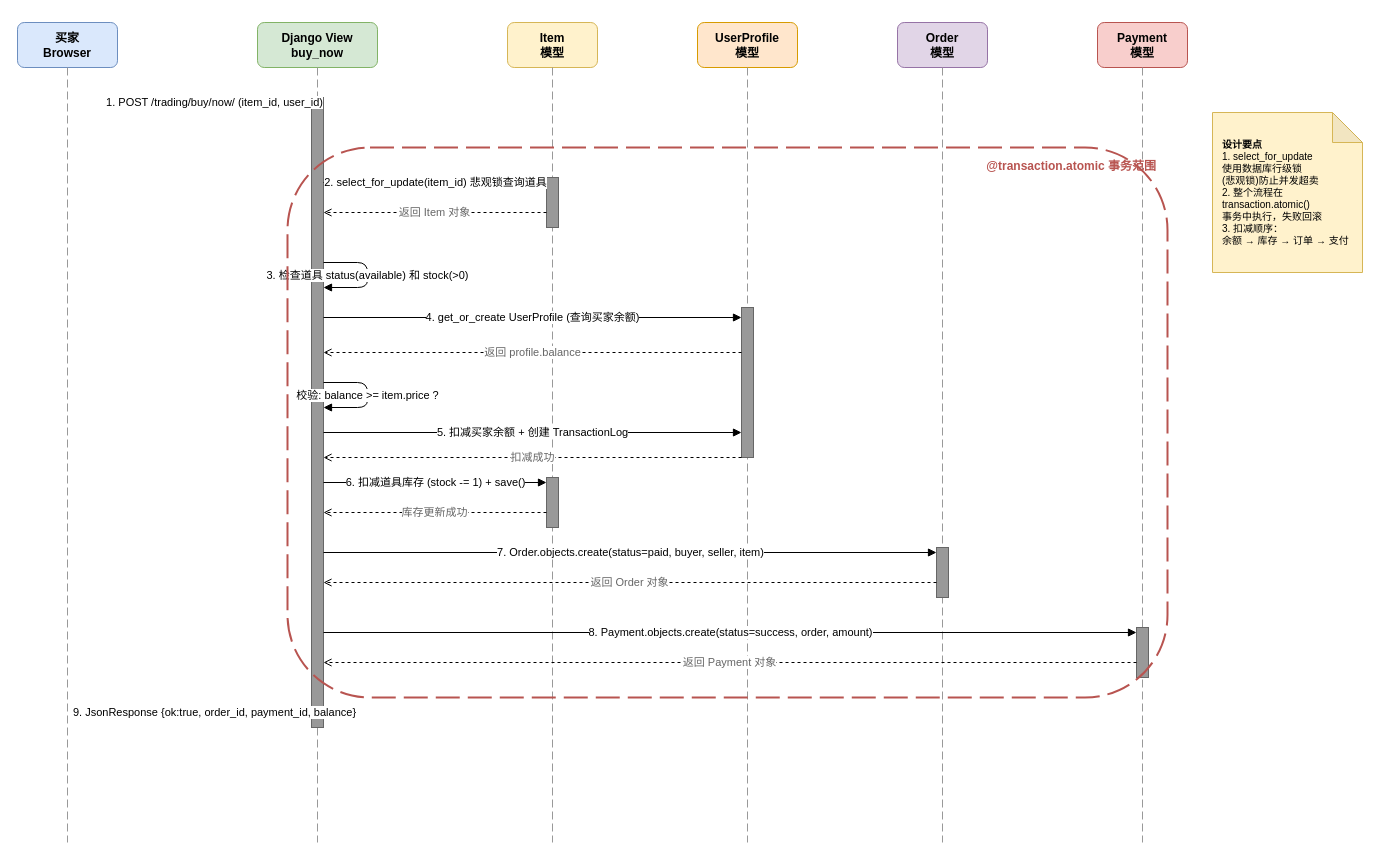
Before: 课设汇报/diagrams/sequence_purchase.drawio in user-gpx/GameTrade, a draw.io diagram. Source tidied: cells renumbered, new cells numbered last; positions are measured from the earlier drawing's top-left corner, leaving out a move shared by most shapes. Both pictures are drawn from the tidied source at 100%, with x=0, y=0 at pixel (17, 22).
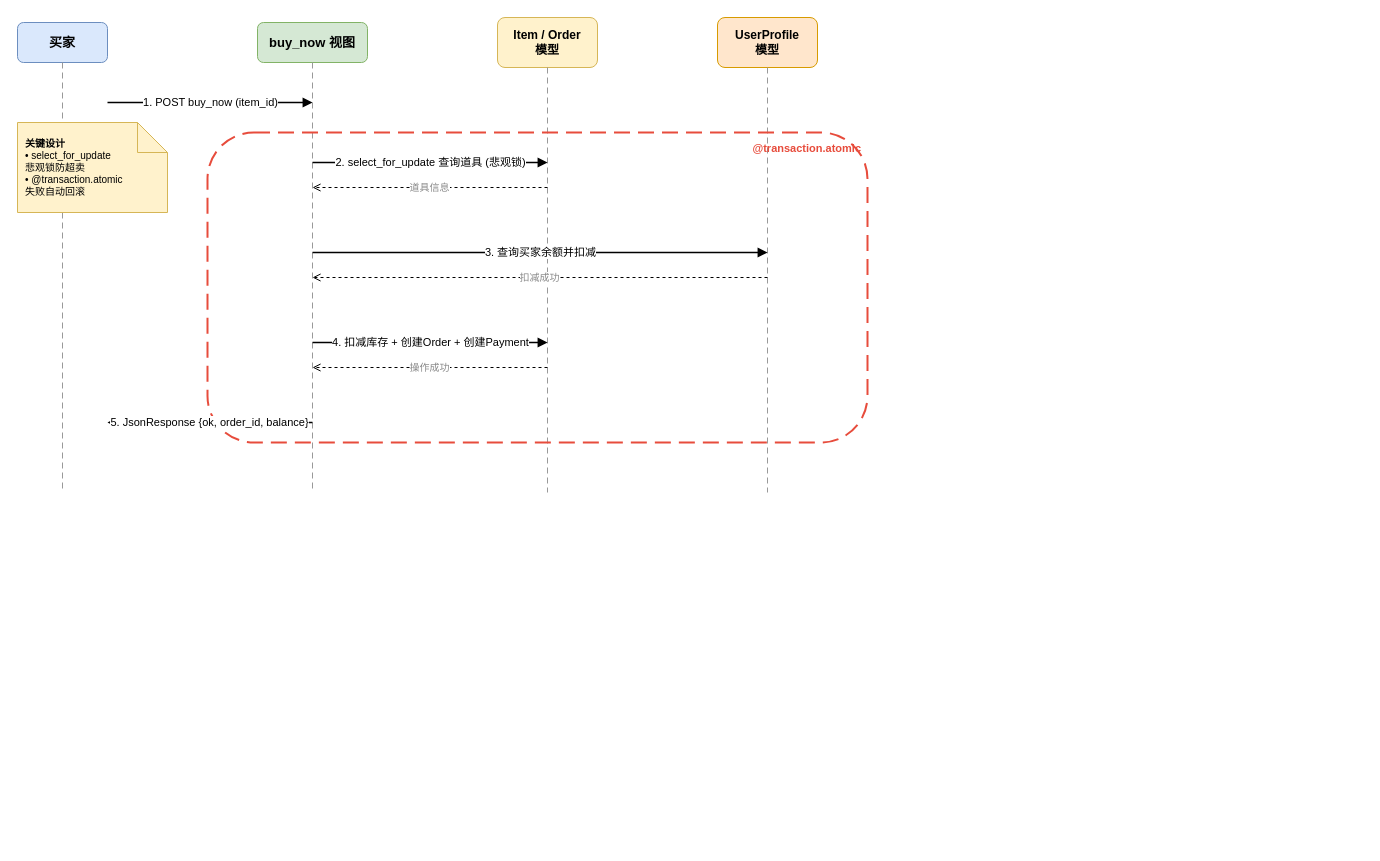
Above is the later version.

Commit message:
fix(ppt): 简化时序图，5步核心流程，4个参与者

The edit, as a diff of the source:
```diff
@@
-    <mxCell id="2" value="买家&lt;br&gt;Browser" style="rounded=1;whiteSpace=wrap;html=1;fillColor=#dae8fc;strokeColor=#6c8ebf;fontStyle=1;" parent="1" vertex="1">
-      <mxGeometry width="100" height="45" as="geometry" />
+    <mxCell id="2" value="买家" style="rounded=1;whiteSpace=wrap;html=1;fillColor=#dae8fc;strokeColor=#6c8ebf;fontStyle=1;fontSize=13;" parent="1" vertex="1">
+      <mxGeometry width="90" height="40" as="geometry" />
     </mxCell>
-    <mxCell id="3" value="Django View&lt;br&gt;buy_now" style="rounded=1;whiteSpace=wrap;html=1;fillColor=#d5e8d4;strokeColor=#82b366;fontStyle=1;" parent="1" vertex="1">
-      <mxGeometry x="240" width="120" height="45" as="geometry" />
+    <mxCell id="3" value="buy_now 视图" style="rounded=1;whiteSpace=wrap;html=1;fillColor=#d5e8d4;strokeColor=#82b366;fontStyle=1;fontSize=13;" parent="1" vertex="1">
+      <mxGeometry x="240" width="110" height="40" as="geometry" />
     </mxCell>
-    <mxCell id="4" value="Item&lt;br&gt;模型" style="rounded=1;whiteSpace=wrap;html=1;fillColor=#fff2cc;strokeColor=#d6b656;fontStyle=1;" parent="1" vertex="1">
-      <mxGeometry x="490" width="90" height="45" as="geometry" />
+    <mxCell id="4" value="Item / Order&#10;模型" style="rounded=1;whiteSpace=wrap;html=1;fillColor=#fff2cc;strokeColor=#d6b656;fontStyle=1;fontSize=12;" parent="1" vertex="1">
+      <mxGeometry x="480" y="-5" width="100" height="50" as="geometry" />
     </mxCell>
-    <mxCell id="5" value="UserProfile&lt;br&gt;模型" style="rounded=1;whiteSpace=wrap;html=1;fillColor=#ffe6cc;strokeColor=#d79b00;fontStyle=1;" parent="1" vertex="1">
-      <mxGeometry x="680" width="100" height="45" as="geometry" />
+    <mxCell id="5" value="UserProfile&#10;模型" style="rounded=1;whiteSpace=wrap;html=1;fillColor=#ffe6cc;strokeColor=#d79b00;fontStyle=1;fontSize=12;" parent="1" vertex="1">
+      <mxGeometry x="700" y="-5" width="100" height="50" as="geometry" />
     </mxCell>
-    <mxCell id="6" value="Order&lt;br&gt;模型" style="rounded=1;whiteSpace=wrap;html=1;fillColor=#e1d5e7;strokeColor=#9673a6;fontStyle=1;" parent="1" vertex="1">
-      <mxGeometry x="880" width="90" height="45" as="geometry" />
-    </mxCell>
-    <mxCell id="7" value="Payment&lt;br&gt;模型" style="rounded=1;whiteSpace=wrap;html=1;fillColor=#f8cecc;strokeColor=#b85450;fontStyle=1;" parent="1" vertex="1">
-      <mxGeometry x="1080" width="90" height="45" as="geometry" />
-    </mxCell>
-    <mxCell id="8" style="endArrow=none;html=1;dashed=1;dashPattern=8 4;strokeWidth=1;strokeColor=#999999;" parent="1" edge="1">
-      <mxGeometry relative="1" as="geometry">
-        <mxPoint x="50" y="45" as="sourcePoint" />
-        <mxPoint x="50" y="820" as="targetPoint" />
-      </mxGeometry>
-    </mxCell>
-    <mxCell id="9" style="endArrow=none;html=1;dashed=1;dashPattern=8 4;strokeWidth=1;strokeColor=#999999;" parent="1" edge="1">
-      <mxGeometry relative="1" as="geometry">
-        <mxPoint x="300" y="45" as="sourcePoint" />
-        <mxPoint x="300" y="820" as="targetPoint" />
-      </mxGeometry>
-    </mxCell>
-    <mxCell id="10" style="endArrow=none;html=1;dashed=1;dashPattern=8 4;strokeWidth=1;strokeColor=#999999;" parent="1" edge="1">
-      <mxGeometry relative="1" as="geometry">
-        <mxPoint x="535" y="45" as="sourcePoint" />
-        <mxPoint x="535" y="820" as="targetPoint" />
-      </mxGeometry>
-    </mxCell>
-    <mxCell id="11" style="endArrow=none;html=1;dashed=1;dashPattern=8 4;strokeWidth=1;strokeColor=#999999;" parent="1" edge="1">
-      <mxGeometry relative="1" as="geometry">
-        <mxPoint x="730" y="45" as="sourcePoint" />
-        <mxPoint x="730" y="820" as="targetPoint" />
-      </mxGeometry>
-    </mxCell>
-    <mxCell id="12" style="endArrow=none;html=1;dashed=1;dashPattern=8 4;strokeWidth=1;strokeColor=#999999;" parent="1" edge="1">
-      <mxGeometry relative="1" as="geometry">
-        <mxPoint x="925" y="45" as="sourcePoint" />
-        <mxPoint x="925" y="820" as="targetPoint" />
-      </mxGeometry>
-    </mxCell>
-    <mxCell id="13" style="endArrow=none;html=1;dashed=1;dashPattern=8 4;strokeWidth=1;strokeColor=#999999;" parent="1" edge="1">
-      <mxGeometry relative="1" as="geometry">
-        <mxPoint x="1125" y="45" as="sourcePoint" />
-        <mxPoint x="1125" y="820" as="targetPoint" />
-      </mxGeometry>
-    </mxCell>
-    <mxCell id="14" style="rounded=0;whiteSpace=wrap;html=1;fillColor=#999999;strokeColor=#666666;" parent="1" vertex="1">
-      <mxGeometry x="294" y="75" width="12" height="630" as="geometry" />
-    </mxCell>
-    <mxCell id="15" style="rounded=0;whiteSpace=wrap;html=1;fillColor=#999999;strokeColor=#666666;" parent="1" vertex="1">
-      <mxGeometry x="529" y="155" width="12" height="50" as="geometry" />
-    </mxCell>
-    <mxCell id="16" style="rounded=0;whiteSpace=wrap;html=1;fillColor=#999999;strokeColor=#666666;" parent="1" vertex="1">
-      <mxGeometry x="529" y="455" width="12" height="50" as="geometry" />
-    </mxCell>
-    <mxCell id="17" style="rounded=0;whiteSpace=wrap;html=1;fillColor=#999999;strokeColor=#666666;" parent="1" vertex="1">
-      <mxGeometry x="724" y="285" width="12" height="150" as="geometry" />
-    </mxCell>
-    <mxCell id="18" style="rounded=0;whiteSpace=wrap;html=1;fillColor=#999999;strokeColor=#666666;" parent="1" vertex="1">
-      <mxGeometry x="919" y="525" width="12" height="50" as="geometry" />
-    </mxCell>
-    <mxCell id="19" style="rounded=0;whiteSpace=wrap;html=1;fillColor=#999999;strokeColor=#666666;" parent="1" vertex="1">
-      <mxGeometry x="1119" y="605" width="12" height="50" as="geometry" />
-    </mxCell>
-    <mxCell id="20" value="1. POST /trading/buy/now/  (item_id, user_id)" style="endArrow=block;endFill=1;html=1;rounded=0;fontSize=11;" parent="1" edge="1">
-      <mxGeometry relative="1" as="geometry">
-        <mxPoint x="100" y="80" as="sourcePoint" />
-        <mxPoint x="294" y="80" as="targetPoint" />
-      </mxGeometry>
-    </mxCell>
-    <mxCell id="21" value="2. select_for_update(item_id) 悲观锁查询道具" style="endArrow=block;endFill=1;html=1;rounded=0;fontSize=11;" parent="1" edge="1">
-      <mxGeometry relative="1" as="geometry">
-        <mxPoint x="306" y="160" as="sourcePoint" />
-        <mxPoint x="529" y="160" as="targetPoint" />
-      </mxGeometry>
-    </mxCell>
-    <mxCell id="22" value="返回 Item 对象" style="endArrow=open;html=1;dashed=1;endFill=0;fontSize=11;fontColor=#666666;" parent="1" edge="1">
-      <mxGeometry relative="1" as="geometry">
-        <mxPoint x="529" y="190" as="sourcePoint" />
-        <mxPoint x="306" y="190" as="targetPoint" />
-      </mxGeometry>
-    </mxCell>
-    <mxCell id="23" value="3. 检查道具 status(available) 和 stock(&gt;0)" style="endArrow=block;endFill=1;html=1;rounded=1;edgeStyle=orthogonalEdgeStyle;fontSize=11;" parent="1" edge="1">
-      <mxGeometry relative="1" as="geometry">
-        <mxPoint x="306" y="240" as="sourcePoint" />
-        <mxPoint x="306" y="265" as="targetPoint" />
-        <Array as="points">
-          <mxPoint x="350" y="240" />
-          <mxPoint x="350" y="265" />
-        </Array>
-      </mxGeometry>
-    </mxCell>
-    <mxCell id="24" value="4. get_or_create UserProfile (查询买家余额)" style="endArrow=block;endFill=1;html=1;rounded=0;fontSize=11;" parent="1" edge="1">
-      <mxGeometry relative="1" as="geometry">
-        <mxPoint x="306" y="295" as="sourcePoint" />
-        <mxPoint x="724" y="295" as="targetPoint" />
-      </mxGeometry>
-    </mxCell>
-    <mxCell id="25" value="返回 profile.balance" style="endArrow=open;html=1;dashed=1;endFill=0;fontSize=11;fontColor=#666666;" parent="1" edge="1">
-      <mxGeometry relative="1" as="geometry">
-        <mxPoint x="724" y="330" as="sourcePoint" />
-        <mxPoint x="306" y="330" as="targetPoint" />
-      </mxGeometry>
-    </mxCell>
-    <mxCell id="26" value="校验: balance &gt;= item.price ?" style="endArrow=block;endFill=1;html=1;rounded=1;edgeStyle=orthogonalEdgeStyle;fontSize=11;" parent="1" edge="1">
-      <mxGeometry relative="1" as="geometry">
-        <mxPoint x="306" y="360" as="sourcePoint" />
-        <mxPoint x="306" y="385" as="targetPoint" />
-        <Array as="points">
-          <mxPoint x="350" y="360" />
-          <mxPoint x="350" y="385" />
-        </Array>
-      </mxGeometry>
-    </mxCell>
-    <mxCell id="27" value="5. 扣减买家余额 + 创建 TransactionLog" style="endArrow=block;endFill=1;html=1;rounded=0;fontSize=11;" parent="1" edge="1">
-      <mxGeometry relative="1" as="geometry">
-        <mxPoint x="306" y="410" as="sourcePoint" />
-        <mxPoint x="724" y="410" as="targetPoint" />
-      </mxGeometry>
-    </mxCell>
+    <mxCell id="39" style="endArrow=none;html=1;dashed=1;dashPattern=6 4;strokeWidth=1;strokeColor=#999;" parent="1" edge="1">
+      <mxGeometry relative="1" as="geometry">
+        <mxPoint x="45" y="40" as="sourcePoint" />
+        <mxPoint x="45" y="470" as="targetPoint" />
+      </mxGeometry>
+    </mxCell>
+    <mxCell id="40" style="endArrow=none;html=1;dashed=1;dashPattern=6 4;strokeWidth=1;strokeColor=#999;" parent="1" edge="1">
+      <mxGeometry relative="1" as="geometry">
+        <mxPoint x="295" y="40" as="sourcePoint" />
+        <mxPoint x="295" y="470" as="targetPoint" />
+      </mxGeometry>
+    </mxCell>
+    <mxCell id="41" style="endArrow=none;html=1;dashed=1;dashPattern=6 4;strokeWidth=1;strokeColor=#999;" parent="1" edge="1">
+      <mxGeometry relative="1" as="geometry">
+        <mxPoint x="530" y="45" as="sourcePoint" />
+        <mxPoint x="530" y="470" as="targetPoint" />
+      </mxGeometry>
+    </mxCell>
+    <mxCell id="42" style="endArrow=none;html=1;dashed=1;dashPattern=6 4;strokeWidth=1;strokeColor=#999;" parent="1" edge="1">
+      <mxGeometry relative="1" as="geometry">
+        <mxPoint x="750" y="45" as="sourcePoint" />
+        <mxPoint x="750" y="470" as="targetPoint" />
+      </mxGeometry>
+    </mxCell>
+    <mxCell id="43" style="rounded=1;whiteSpace=wrap;html=1;fillColor=none;strokeColor=#e74c3c;strokeWidth=2;dashed=1;dashPattern=8 4;" parent="1" vertex="1">
+      <mxGeometry x="190" y="110" width="660" height="310" as="geometry" />
+    </mxCell>
+    <mxCell id="44" value="@transaction.atomic" style="text;html=1;fontSize=11;fontStyle=1;fontColor=#e74c3c;align=right;" parent="1" vertex="1">
+      <mxGeometry x="690" y="113" width="155" height="20" as="geometry" />
+    </mxCell>
+    <mxCell id="45" value="1. POST buy_now (item_id)" style="endArrow=block;endFill=1;html=1;strokeWidth=1.5;fontSize=11;" parent="1" edge="1">
+      <mxGeometry relative="1" as="geometry">
+        <mxPoint x="90" y="80" as="sourcePoint" />
+        <mxPoint x="295" y="80" as="targetPoint" />
+      </mxGeometry>
+    </mxCell>
+    <mxCell id="46" value="2. select_for_update 查询道具 (悲观锁)" style="endArrow=block;endFill=1;html=1;strokeWidth=1.5;fontSize=11;" parent="1" edge="1">
+      <mxGeometry relative="1" as="geometry">
+        <mxPoint x="295" y="140" as="sourcePoint" />
+        <mxPoint x="530" y="140" as="targetPoint" />
+      </mxGeometry>
+    </mxCell>
+    <mxCell id="47" value="道具信息" style="endArrow=open;html=1;dashed=1;strokeWidth=1;fontSize=10;fontColor=#888;" parent="1" edge="1">
+      <mxGeometry relative="1" as="geometry">
+        <mxPoint x="530" y="165" as="sourcePoint" />
+        <mxPoint x="295" y="165" as="targetPoint" />
+      </mxGeometry>
+    </mxCell>
+    <mxCell id="48" value="3. 查询买家余额并扣减" style="endArrow=block;endFill=1;html=1;strokeWidth=1.5;fontSize=11;" parent="1" edge="1">
+      <mxGeometry relative="1" as="geometry">
+        <mxPoint x="295" y="230" as="sourcePoint" />
+        <mxPoint x="750" y="230" as="targetPoint" />
+      </mxGeometry>
+    </mxCell>
-    <mxCell id="28" value="扣减成功" style="endArrow=open;html=1;dashed=1;endFill=0;fontSize=11;fontColor=#666666;" parent="1" edge="1">
+    <mxCell id="28" value="扣减成功" style="endArrow=open;html=1;dashed=1;strokeWidth=1;fontSize=10;fontColor=#888;" parent="1" edge="1">
       <mxGeometry relative="1" as="geometry">
-        <mxPoint x="724" y="435" as="sourcePoint" />
-        <mxPoint x="306" y="435" as="targetPoint" />
+        <mxPoint x="750" y="255" as="sourcePoint" />
+        <mxPoint x="295" y="255" as="targetPoint" />
       </mxGeometry>
     </mxCell>
-    <mxCell id="29" value="6. 扣减道具库存 (stock -= 1) + save()" style="endArrow=block;endFill=1;html=1;rounded=0;fontSize=11;" parent="1" edge="1">
-      <mxGeometry relative="1" as="geometry">
-        <mxPoint x="306" y="460" as="sourcePoint" />
-        <mxPoint x="529" y="460" as="targetPoint" />
-      </mxGeometry>
-    </mxCell>
-    <mxCell id="30" value="库存更新成功" style="endArrow=open;html=1;dashed=1;endFill=0;fontSize=11;fontColor=#666666;" parent="1" edge="1">
-      <mxGeometry relative="1" as="geometry">
-        <mxPoint x="529" y="490" as="sourcePoint" />
-        <mxPoint x="306" y="490" as="targetPoint" />
-      </mxGeometry>
-    </mxCell>
-    <mxCell id="31" value="7. Order.objects.create(status=paid, buyer, seller, item)" style="endArrow=block;endFill=1;html=1;rounded=0;fontSize=11;" parent="1" edge="1">
-      <mxGeometry relative="1" as="geometry">
-        <mxPoint x="306" y="530" as="sourcePoint" />
-        <mxPoint x="919" y="530" as="targetPoint" />
-      </mxGeometry>
-    </mxCell>
-    <mxCell id="32" value="返回 Order 对象" style="endArrow=open;html=1;dashed=1;endFill=0;fontSize=11;fontColor=#666666;" parent="1" edge="1">
-      <mxGeometry relative="1" as="geometry">
-        <mxPoint x="919" y="560" as="sourcePoint" />
-        <mxPoint x="306" y="560" as="targetPoint" />
-      </mxGeometry>
-    </mxCell>
-    <mxCell id="33" value="8. Payment.objects.create(status=success, order, amount)" style="endArrow=block;endFill=1;html=1;rounded=0;fontSize=11;" parent="1" edge="1">
-      <mxGeometry relative="1" as="geometry">
-        <mxPoint x="306" y="610" as="sourcePoint" />
-        <mxPoint x="1119" y="610" as="targetPoint" />
-      </mxGeometry>
-    </mxCell>
-    <mxCell id="34" value="返回 Payment 对象" style="endArrow=open;html=1;dashed=1;endFill=0;fontSize=11;fontColor=#666666;" parent="1" edge="1">
-      <mxGeometry relative="1" as="geometry">
-        <mxPoint x="1119" y="640" as="sourcePoint" />
-        <mxPoint x="306" y="640" as="targetPoint" />
-      </mxGeometry>
-    </mxCell>
-    <mxCell id="35" value="9. JsonResponse {ok:true, order_id, payment_id, balance}" style="endArrow=block;endFill=1;html=1;rounded=0;fontSize=11;" parent="1" edge="1">
-      <mxGeometry relative="1" as="geometry">
-        <mxPoint x="294" y="690" as="sourcePoint" />
-        <mxPoint x="100" y="690" as="targetPoint" />
-      </mxGeometry>
-    </mxCell>
-    <mxCell id="36" style="rounded=1;whiteSpace=wrap;html=1;fillColor=none;strokeColor=#b85450;strokeWidth=2;dashed=1;dashPattern=12 4;" parent="1" vertex="1">
-      <mxGeometry x="270" y="125" width="880" height="550" as="geometry" />
-    </mxCell>
-    <mxCell id="37" value="&lt;font color=&quot;#b85450&quot;&gt;&lt;b&gt;@transaction.atomic 事务范围&lt;/b&gt;&lt;/font&gt;" style="text;html=1;align=right;verticalAlign=top;fontSize=12;fontColor=#b85450;" parent="1" vertex="1">
-      <mxGeometry x="960" y="130" width="180" height="22" as="geometry" />
-    </mxCell>
-    <mxCell id="38" value="&lt;b&gt;设计要点&lt;/b&gt;&lt;br&gt;1. select_for_update&lt;br&gt;   使用数据库行级锁&lt;br&gt;   (悲观锁)防止并发超卖&lt;br&gt;2. 整个流程在&lt;br&gt;   transaction.atomic()&lt;br&gt;   事务中执行，失败回滚&lt;br&gt;3. 扣减顺序：&lt;br&gt;   余额 → 库存 → 订单 → 支付" style="shape=note;whiteSpace=wrap;html=1;backgroundOutline=1;darkOpacity=0.05;fillColor=#fff2cc;strokeColor=#d6b656;fontSize=10;align=left;spacingLeft=8;" parent="1" vertex="1">
-      <mxGeometry x="1195" y="90" width="150" height="160" as="geometry" />
-    </mxCell>
+    <mxCell id="49" value="4. 扣减库存 + 创建Order + 创建Payment" style="endArrow=block;endFill=1;html=1;strokeWidth=1.5;fontSize=11;" parent="1" edge="1">
+      <mxGeometry relative="1" as="geometry">
+        <mxPoint x="295" y="320" as="sourcePoint" />
+        <mxPoint x="530" y="320" as="targetPoint" />
+      </mxGeometry>
+    </mxCell>
+    <mxCell id="50" value="操作成功" style="endArrow=open;html=1;dashed=1;strokeWidth=1;fontSize=10;fontColor=#888;" parent="1" edge="1">
+      <mxGeometry relative="1" as="geometry">
+        <mxPoint x="530" y="345" as="sourcePoint" />
+        <mxPoint x="295" y="345" as="targetPoint" />
+      </mxGeometry>
+    </mxCell>
+    <mxCell id="51" value="5. JsonResponse {ok, order_id, balance}" style="endArrow=block;endFill=1;html=1;strokeWidth=1.5;fontSize=11;" parent="1" edge="1">
+      <mxGeometry relative="1" as="geometry">
+        <mxPoint x="295" y="400" as="sourcePoint" />
+        <mxPoint x="90" y="400" as="targetPoint" />
+      </mxGeometry>
+    </mxCell>
+    <mxCell id="52" value="&lt;b&gt;关键设计&lt;/b&gt;&#10;• select_for_update&#10;  悲观锁防超卖&#10;• @transaction.atomic&#10;  失败自动回滚" style="shape=note;whiteSpace=wrap;html=1;backgroundOutline=1;fillColor=#fff2cc;strokeColor=#d6b656;fontSize=10;align=left;spacingLeft=6;" parent="1" vertex="1">
+      <mxGeometry y="100" width="150" height="90" as="geometry" />
+    </mxCell>
```
